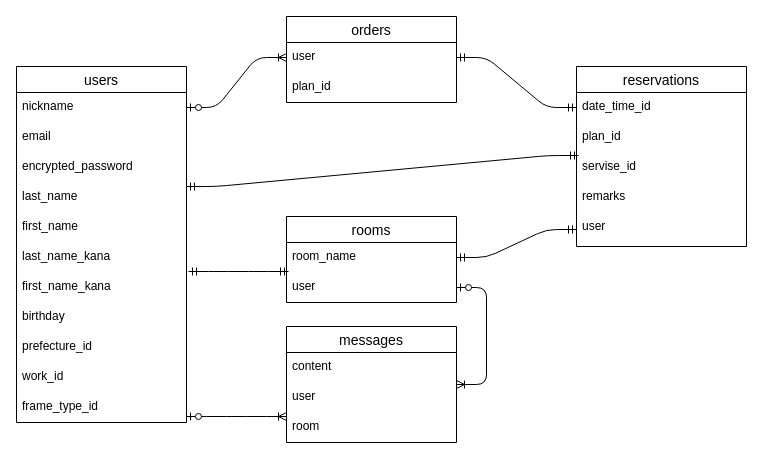
Above: er.dio in rikako-yurino/Connect-Stylist (draw.io), before the change. Source tidied: cells renumbered, new cells numbered last; positions are measured from the earlier drawing's top-left corner, leaving out a move shared by most shapes. Both pictures are drawn from the tidied source at 100%, with x=0, y=0 at pixel (16, 16).
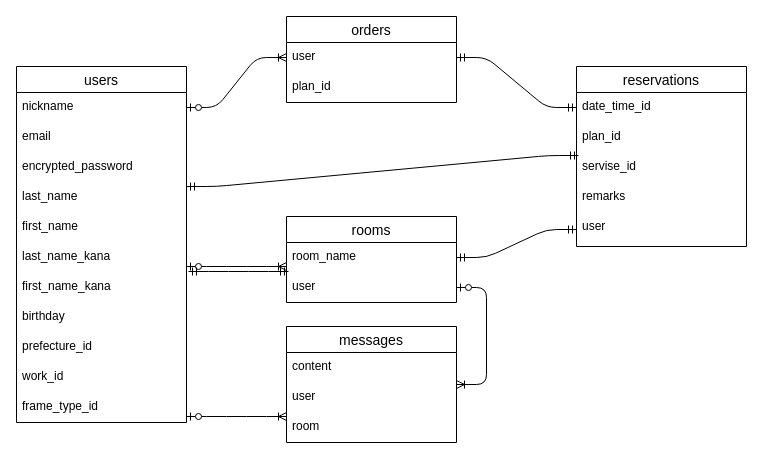
The same diagram, later.

The edit, as a diff of the source:
```diff
@@
+    <mxCell id="37" style="edgeStyle=entityRelationEdgeStyle;fontSize=12;html=1;endArrow=ERoneToMany;startArrow=ERzeroToOne;entryX=0;entryY=0.5;entryDx=0;entryDy=0;" parent="1" edge="1">
+      <mxGeometry relative="1" as="geometry">
+        <mxPoint x="170" y="250" as="sourcePoint" />
+        <mxPoint x="270" y="250" as="targetPoint" />
+      </mxGeometry>
+    </mxCell>
```
